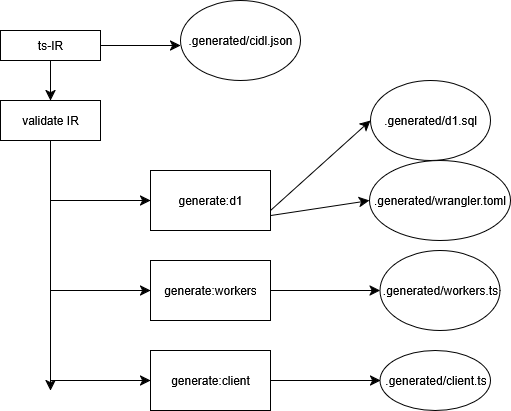
Before: mkdocs/docs/assets/orchestration.png, a diagram exported from draw.io (bens-schreiber/cloesce). Source tidied: cells renumbered, new cells last; positions are measured from the earlier drawing's top-left corner, leaving out a move shared by most shapes.
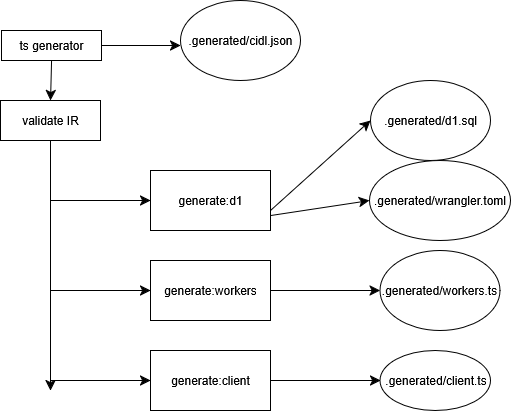
The same diagram one commit later.

Change to the diagram source:
```diff
@@ -21,8 +21,8 @@
     <mxCell id="5" style="edgeStyle=none;curved=1;rounded=0;jettySize=auto;html=1;exitX=0.5;exitY=1;exitDx=0;exitDy=0;entryX=0.5;entryY=0;entryDx=0;entryDy=0;fontSize=12;startSize=8;endSize=8;labelBackgroundColor=none;fontColor=default;" parent="1" edge="1" source="6" target="3">
       <mxGeometry relative="1" as="geometry" />
     </mxCell>
-    <mxCell id="6" value="ts-IR" style="rounded=0;whiteSpace=wrap;html=1;labelBackgroundColor=none;" parent="1" vertex="1">
-      <mxGeometry y="30" width="100" height="30" as="geometry" />
+    <mxCell id="6" value="ts generator" style="rounded=0;whiteSpace=wrap;html=1;labelBackgroundColor=none;" parent="1" vertex="1">
+      <mxGeometry x="1" y="30" width="100" height="30" as="geometry" />
     </mxCell>
     <mxCell id="7" value="generate:d1" style="rounded=0;whiteSpace=wrap;html=1;labelBackgroundColor=none;" parent="1" vertex="1">
       <mxGeometry x="150" y="170" width="120" height="60" as="geometry" />
```
